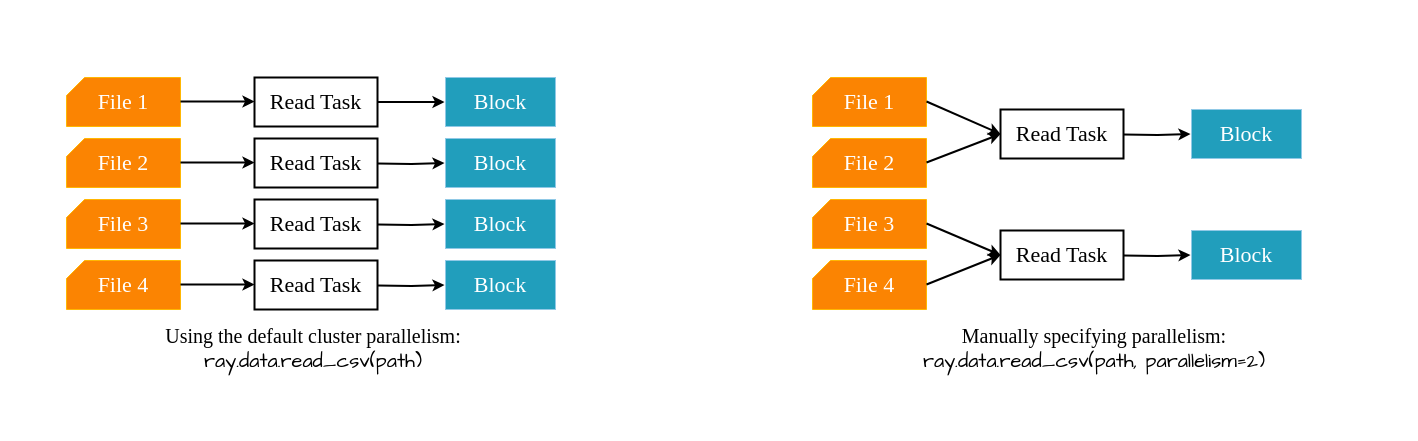
Before: drawio/ch-ray-data/dataset-read.drawio in godaai/scale-py-zh, a draw.io diagram. Source tidied: cells renumbered, new cells numbered last; positions are measured from the earlier drawing's top-left corner, leaving out a move shared by most shapes. Both pictures are drawn from the tidied source at 100%, with x=0, y=0 at pixel (17, 17).
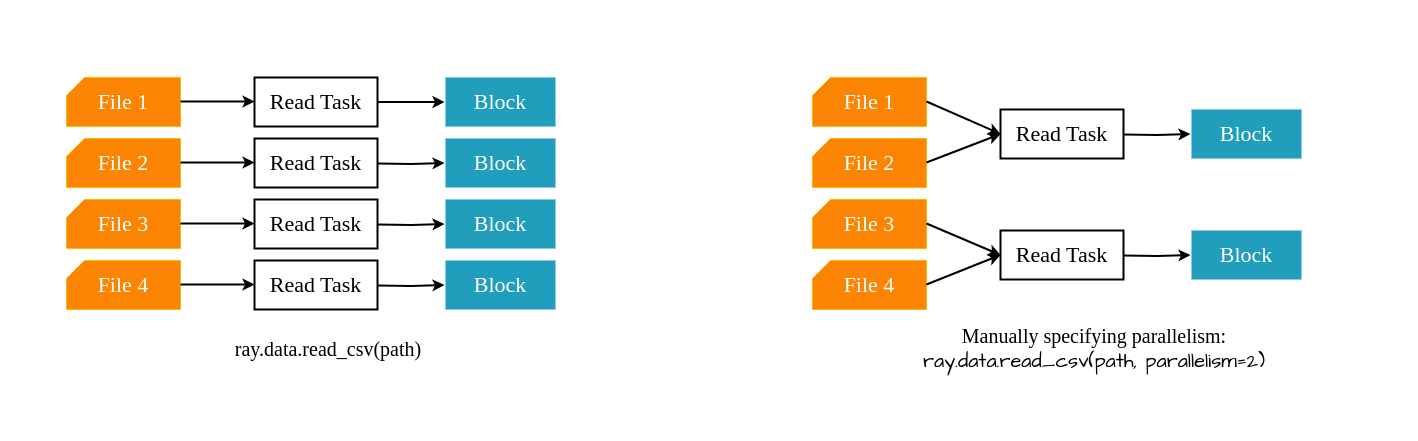
The same diagram, later.

The edit, as a diff of the source:
```diff
@@
-    <mxCell id="37" value="&lt;div style=&quot;font-size: 20px;&quot;&gt;&lt;font face=&quot;Times New Roman&quot; style=&quot;font-size: 20px;&quot;&gt;Using the default cluster parallelism:&lt;/font&gt;&lt;/div&gt;&lt;div style=&quot;font-size: 20px;&quot;&gt;&lt;font face=&quot;Comic Sans MS&quot; style=&quot;font-size: 20px;&quot;&gt;ray.data.read_csv(path)&lt;/font&gt;&lt;/div&gt;" style="text;html=1;strokeColor=none;fillColor=none;align=center;verticalAlign=middle;whiteSpace=wrap;rounded=0;" parent="1" vertex="1">
-      <mxGeometry x="76" y="300" width="440" height="62" as="geometry" />
+    <mxCell id="37" value="&lt;div style=&quot;font-size: 20px;&quot;&gt;&lt;span style=&quot;background-color: initial;&quot;&gt;&lt;font face=&quot;Garamond&quot;&gt;ray.data.read_csv(path)&lt;/font&gt;&lt;/span&gt;&lt;br&gt;&lt;/div&gt;" style="text;html=1;strokeColor=none;fillColor=none;align=center;verticalAlign=middle;whiteSpace=wrap;rounded=0;" parent="1" vertex="1">
+      <mxGeometry x="91" y="300" width="440" height="62" as="geometry" />
     </mxCell>
```
